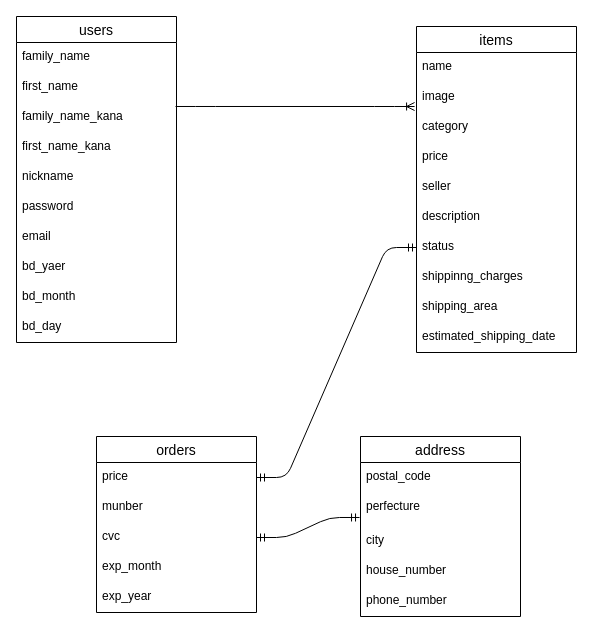
Earlier version of the draw.io diagram er.dio (emi-sqbt/furima-30594). Source tidied: cells renumbered, new cells numbered last; positions are measured from the earlier drawing's top-left corner, leaving out a move shared by most shapes. Both pictures are drawn from the tidied source at 100%, with x=0, y=0 at pixel (16, 16).
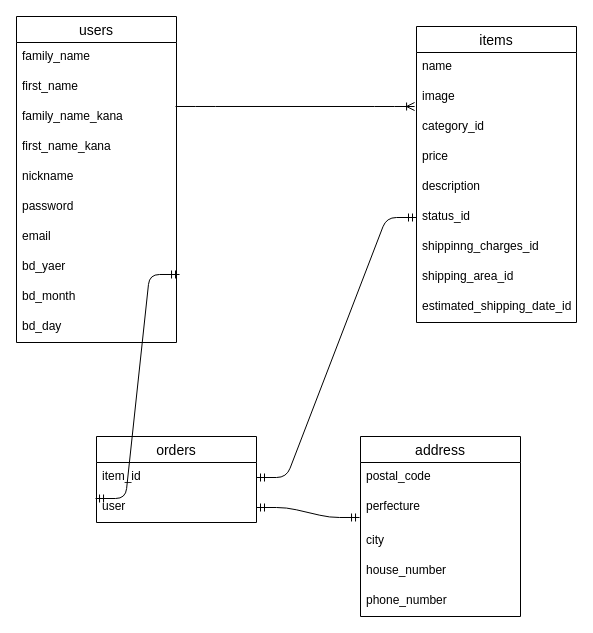
The same page after the edit.

Unchanged cells that the change refers to:
```xml
<mxCell id="22" value="bd_yaer" style="text;strokeColor=none;fillColor=none;spacingLeft=4;spacingRight=4;overflow=hidden;points=[[0,0.5],[1,0.5]];portConstraint=eastwest;fontSize=12;" parent="14" vertex="1">
  <mxGeometry y="236" width="160" height="30" as="geometry" />
</mxCell>
```

Diff of the diagram source:
```diff
@@
     <mxCell id="2" value="orders" style="swimlane;fontStyle=0;horizontal=1;startSize=26;align=center;fontSize=14;" parent="1" vertex="1">
-      <mxGeometry x="80" y="420" width="160" height="176" as="geometry" />
+      <mxGeometry x="80" y="420" width="160" height="86" as="geometry" />
     </mxCell>
-    <mxCell id="3" value="price" style="text;strokeColor=none;fillColor=none;spacingLeft=4;spacingRight=4;overflow=hidden;points=[[0,0.5],[1,0.5]];portConstraint=eastwest;fontSize=12;" parent="2" vertex="1">
-      <mxGeometry y="26" width="160" height="30" as="geometry" />
-    </mxCell>
-    <mxCell id="4" value="munber" style="text;strokeColor=none;fillColor=none;spacingLeft=4;spacingRight=4;overflow=hidden;fontSize=12;" parent="2" vertex="1">
-      <mxGeometry y="56" width="160" height="30" as="geometry" />
+    <mxCell id="4" value="item_id" style="text;strokeColor=none;fillColor=none;spacingLeft=4;spacingRight=4;overflow=hidden;fontSize=12;" parent="2" vertex="1">
+      <mxGeometry y="26" width="160" height="30" as="geometry" />
     </mxCell>
-    <mxCell id="5" value="cvc" style="text;strokeColor=none;fillColor=none;spacingLeft=4;spacingRight=4;overflow=hidden;points=[[0,0.5],[1,0.5]];portConstraint=eastwest;fontSize=12;" parent="2" vertex="1">
-      <mxGeometry y="86" width="160" height="30" as="geometry" />
+    <mxCell id="5" value="user" style="text;strokeColor=none;fillColor=none;spacingLeft=4;spacingRight=4;overflow=hidden;points=[[0,0.5],[1,0.5]];portConstraint=eastwest;fontSize=12;" parent="2" vertex="1">
+      <mxGeometry y="56" width="160" height="30" as="geometry" />
     </mxCell>
-    <mxCell id="6" value="exp_month" style="text;strokeColor=none;fillColor=none;spacingLeft=4;spacingRight=4;overflow=hidden;fontSize=12;" parent="2" vertex="1">
-      <mxGeometry y="116" width="160" height="30" as="geometry" />
-    </mxCell>
-    <mxCell id="7" value="exp_year" style="text;strokeColor=none;fillColor=none;spacingLeft=4;spacingRight=4;overflow=hidden;fontSize=12;" parent="2" vertex="1">
-      <mxGeometry y="146" width="160" height="30" as="geometry" />
-    </mxCell>
@@
     <mxCell id="25" value="items" style="swimlane;fontStyle=0;horizontal=1;startSize=26;align=center;fontSize=14;" parent="1" vertex="1">
-      <mxGeometry x="400" y="10" width="160" height="326" as="geometry" />
+      <mxGeometry x="400" y="10" width="160" height="296" as="geometry" />
     </mxCell>
@@
-    <mxCell id="28" value="category" style="text;strokeColor=none;fillColor=none;spacingLeft=4;spacingRight=4;overflow=hidden;fontSize=12;" parent="25" vertex="1">
+    <mxCell id="28" value="category_id" style="text;strokeColor=none;fillColor=none;spacingLeft=4;spacingRight=4;overflow=hidden;fontSize=12;" parent="25" vertex="1">
       <mxGeometry y="86" width="160" height="30" as="geometry" />
     </mxCell>
@@
-    <mxCell id="30" value="seller" style="text;strokeColor=none;fillColor=none;spacingLeft=4;spacingRight=4;overflow=hidden;fontSize=12;" parent="25" vertex="1">
-      <mxGeometry y="146" width="160" height="30" as="geometry" />
-    </mxCell>
     <mxCell id="31" value="description" style="text;strokeColor=none;fillColor=none;spacingLeft=4;spacingRight=4;overflow=hidden;fontSize=12;" parent="25" vertex="1">
-      <mxGeometry y="176" width="160" height="30" as="geometry" />
+      <mxGeometry y="146" width="160" height="30" as="geometry" />
     </mxCell>
-    <mxCell id="32" value="status" style="text;strokeColor=none;fillColor=none;spacingLeft=4;spacingRight=4;overflow=hidden;points=[[0,0.5],[1,0.5]];portConstraint=eastwest;fontSize=12;" parent="25" vertex="1">
-      <mxGeometry y="206" width="160" height="30" as="geometry" />
+    <mxCell id="32" value="status_id" style="text;strokeColor=none;fillColor=none;spacingLeft=4;spacingRight=4;overflow=hidden;points=[[0,0.5],[1,0.5]];portConstraint=eastwest;fontSize=12;" parent="25" vertex="1">
+      <mxGeometry y="176" width="160" height="30" as="geometry" />
     </mxCell>
-    <mxCell id="33" value="shippinng_charges&#10;" style="text;strokeColor=none;fillColor=none;spacingLeft=4;spacingRight=4;overflow=hidden;fontSize=12;" parent="25" vertex="1">
-      <mxGeometry y="236" width="160" height="30" as="geometry" />
+    <mxCell id="33" value="shippinng_charges_id&#10;" style="text;strokeColor=none;fillColor=none;spacingLeft=4;spacingRight=4;overflow=hidden;fontSize=12;" parent="25" vertex="1">
+      <mxGeometry y="206" width="160" height="30" as="geometry" />
     </mxCell>
-    <mxCell id="34" value="shipping_area" style="text;strokeColor=none;fillColor=none;spacingLeft=4;spacingRight=4;overflow=hidden;fontSize=12;" parent="25" vertex="1">
-      <mxGeometry y="266" width="160" height="30" as="geometry" />
+    <mxCell id="34" value="shipping_area_id" style="text;strokeColor=none;fillColor=none;spacingLeft=4;spacingRight=4;overflow=hidden;fontSize=12;" parent="25" vertex="1">
+      <mxGeometry y="236" width="160" height="30" as="geometry" />
     </mxCell>
-    <mxCell id="35" value="estimated_shipping_date" style="text;strokeColor=none;fillColor=none;spacingLeft=4;spacingRight=4;overflow=hidden;fontSize=12;" parent="25" vertex="1">
-      <mxGeometry y="296" width="160" height="30" as="geometry" />
+    <mxCell id="35" value="estimated_shipping_date_id" style="text;strokeColor=none;fillColor=none;spacingLeft=4;spacingRight=4;overflow=hidden;fontSize=12;" parent="25" vertex="1">
+      <mxGeometry y="266" width="160" height="30" as="geometry" />
     </mxCell>
@@
-    <mxCell id="37" style="edgeStyle=entityRelationEdgeStyle;fontSize=12;html=1;endArrow=ERmandOne;startArrow=ERmandOne;entryX=0;entryY=0.5;entryDx=0;entryDy=0;exitX=1;exitY=0.5;exitDx=0;exitDy=0;" parent="1" edge="1" source="3" target="32">
-      <mxGeometry relative="1" as="geometry" />
+    <mxCell id="37" style="edgeStyle=entityRelationEdgeStyle;fontSize=12;html=1;endArrow=ERmandOne;startArrow=ERmandOne;entryX=0;entryY=0.5;entryDx=0;entryDy=0;exitX=1;exitY=0.5;exitDx=0;exitDy=0;" parent="1" edge="1" target="32">
+      <mxGeometry relative="1" as="geometry">
+        <mxPoint x="240" y="461" as="sourcePoint" />
+      </mxGeometry>
     </mxCell>
@@
+    <mxCell id="39" style="edgeStyle=entityRelationEdgeStyle;fontSize=12;html=1;endArrow=ERmandOne;startArrow=ERmandOne;entryX=-0.006;entryY=0.2;entryDx=0;entryDy=0;entryPerimeter=0;exitX=1.019;exitY=0.733;exitDx=0;exitDy=0;exitPerimeter=0;" parent="1" edge="1" source="22" target="5">
+      <mxGeometry relative="1" as="geometry" />
+    </mxCell>
```
